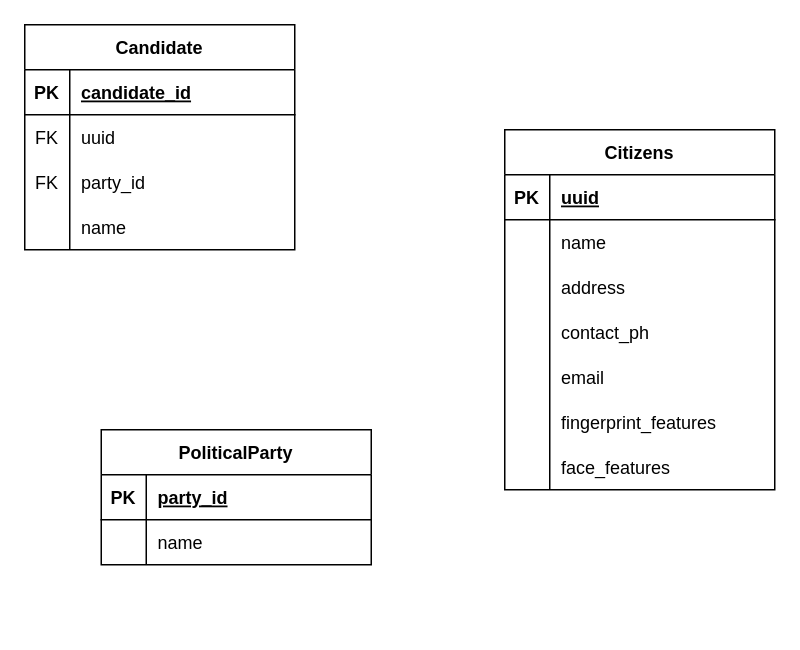
Before: page "database schema" (4 of 5) of project_diagrams.drawio in nrssi/odyssey, a draw.io diagram. Source tidied: cells renumbered, new cells numbered last; positions are measured from the earlier drawing's top-left corner, leaving out a move shared by most shapes. Both pictures are drawn from the tidied source at 150%, with x=0, y=0 at pixel (24, 24).
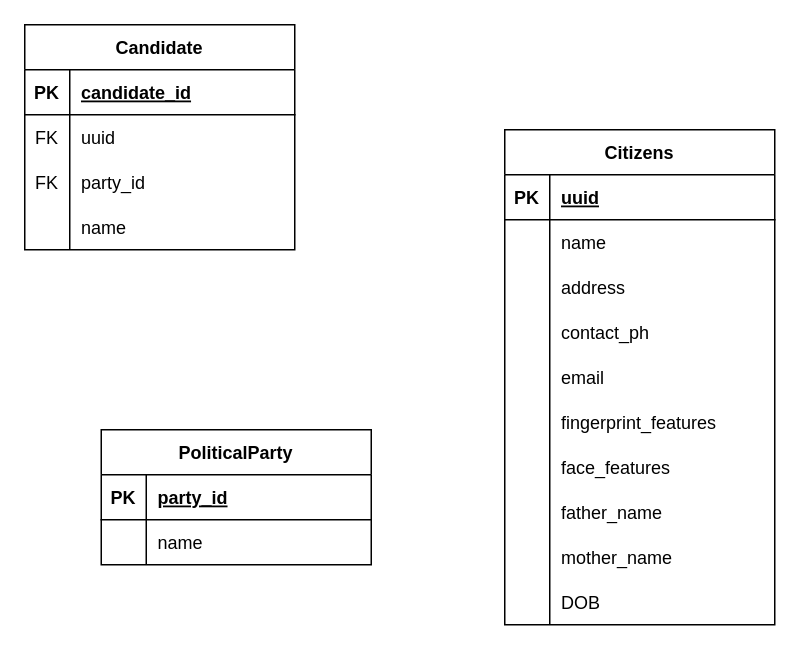
After the change.

The edit, as a diff of the source:
```diff
@@
     <mxCell id="2" value="Citizens" style="shape=table;startSize=30;childLayout=tableLayout;rowLines=0;fontStyle=1;align=center;" parent="1" vertex="1">
-      <mxGeometry x="320" y="70" width="180" height="240" as="geometry" />
+      <mxGeometry x="320" y="70" width="180" height="330" as="geometry" />
     </mxCell>
@@
+    <mxCell id="44" style="shape=tableRow;horizontal=0;startSize=0;swimlaneHead=0;swimlaneBody=0;fillColor=none;top=0;left=0;right=0;bottom=0;" parent="2" vertex="1">
+      <mxGeometry y="240" width="180" height="30" as="geometry" />
+    </mxCell>
+    <mxCell id="45" style="shape=partialRectangle;fillColor=none;top=0;left=0;bottom=0;right=0;overflow=hidden;" parent="44" vertex="1">
+      <mxGeometry width="30" height="30" as="geometry" />
+    </mxCell>
+    <mxCell id="46" value="father_name" style="shape=partialRectangle;fillColor=none;top=0;left=0;bottom=0;right=0;align=left;spacingLeft=6;overflow=hidden;" parent="44" vertex="1">
+      <mxGeometry x="30" width="150" height="30" as="geometry" />
+    </mxCell>
+    <mxCell id="47" style="shape=tableRow;horizontal=0;startSize=0;swimlaneHead=0;swimlaneBody=0;fillColor=none;top=0;left=0;right=0;bottom=0;" parent="2" vertex="1">
+      <mxGeometry y="270" width="180" height="30" as="geometry" />
+    </mxCell>
+    <mxCell id="48" style="shape=partialRectangle;fillColor=none;top=0;left=0;bottom=0;right=0;overflow=hidden;" parent="47" vertex="1">
+      <mxGeometry width="30" height="30" as="geometry" />
+    </mxCell>
+    <mxCell id="49" value="mother_name" style="shape=partialRectangle;fillColor=none;top=0;left=0;bottom=0;right=0;align=left;spacingLeft=6;overflow=hidden;" parent="47" vertex="1">
+      <mxGeometry x="30" width="150" height="30" as="geometry" />
+    </mxCell>
+    <mxCell id="50" style="shape=tableRow;horizontal=0;startSize=0;swimlaneHead=0;swimlaneBody=0;fillColor=none;top=0;left=0;right=0;bottom=0;" parent="2" vertex="1">
+      <mxGeometry y="300" width="180" height="30" as="geometry" />
+    </mxCell>
+    <mxCell id="51" style="shape=partialRectangle;fillColor=none;top=0;left=0;bottom=0;right=0;overflow=hidden;" parent="50" vertex="1">
+      <mxGeometry width="30" height="30" as="geometry" />
+    </mxCell>
+    <mxCell id="52" value="DOB" style="shape=partialRectangle;fillColor=none;top=0;left=0;bottom=0;right=0;align=left;spacingLeft=6;overflow=hidden;" parent="50" vertex="1">
+      <mxGeometry x="30" width="150" height="30" as="geometry" />
+    </mxCell>
```
